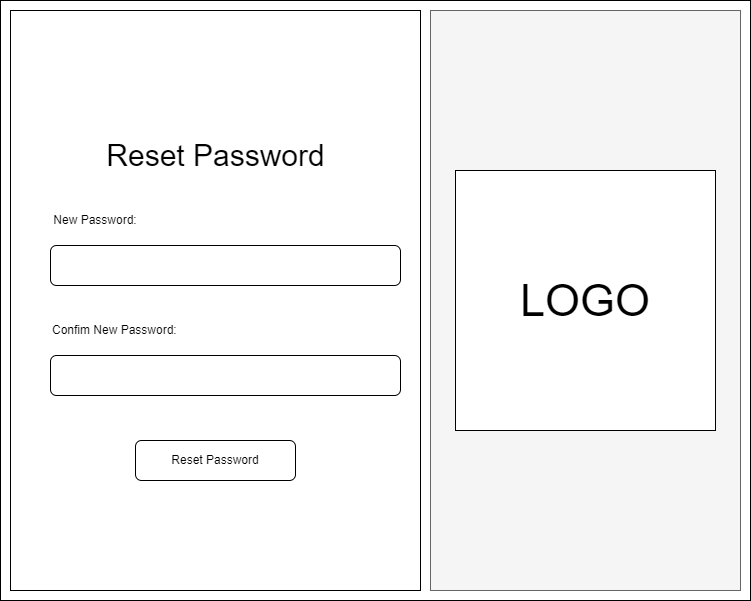
Benedek4000/eng130_week4_project keeps this draw.io diagram as frontend/images/ResetPassword.png. Above is the earlier version. Source tidied: cells renumbered, new cells last; positions are measured from the earlier drawing's top-left corner, leaving out a move shared by most shapes. Source of this version:
```xml
<mxGraphModel>
  <root>
    <mxCell id="0" />
    <mxCell id="1" parent="0" />
    <mxCell id="2" style="rounded=0;whiteSpace=wrap;html=1;" parent="1" vertex="1">
      <mxGeometry x="10" y="10" width="410" height="580" as="geometry" />
    </mxCell>
    <mxCell id="3" style="rounded=1;whiteSpace=wrap;html=1;fillColor=none;arcSize=0;" parent="1" vertex="1">
      <mxGeometry width="750" height="600" as="geometry" />
    </mxCell>
    <mxCell id="4" style="rounded=0;whiteSpace=wrap;html=1;fillColor=#f5f5f5;fontColor=#333333;strokeColor=#666666;" parent="1" vertex="1">
      <mxGeometry x="430" y="10" width="310" height="580" as="geometry" />
    </mxCell>
    <mxCell id="5" style="rounded=1;whiteSpace=wrap;html=1;fillColor=none;" parent="1" vertex="1">
      <mxGeometry x="50" y="245" width="350" height="40" as="geometry" />
    </mxCell>
    <mxCell id="6" value="New Password:" style="text;html=1;strokeColor=none;fillColor=none;align=center;verticalAlign=middle;whiteSpace=wrap;rounded=0;" parent="1" vertex="1">
      <mxGeometry x="50" y="205" width="90" height="30" as="geometry" />
    </mxCell>
    <mxCell id="7" value="Reset Password" style="rounded=1;whiteSpace=wrap;html=1;fillColor=none;" parent="1" vertex="1">
      <mxGeometry x="135" y="440" width="160" height="40" as="geometry" />
    </mxCell>
    <mxCell id="8" value="&lt;font style=&quot;font-size: 30px;&quot;&gt;Reset Password&lt;/font&gt;" style="text;html=1;strokeColor=none;fillColor=none;align=center;verticalAlign=middle;whiteSpace=wrap;rounded=0;" parent="1" vertex="1">
      <mxGeometry x="57.5" y="140" width="315" height="30" as="geometry" />
    </mxCell>
    <mxCell id="9" value="&lt;font style=&quot;font-size: 45px;&quot;&gt;LOGO&lt;/font&gt;" style="rounded=0;whiteSpace=wrap;html=1;" parent="1" vertex="1">
      <mxGeometry x="455" y="170" width="260" height="260" as="geometry" />
    </mxCell>
    <mxCell id="10" style="rounded=1;whiteSpace=wrap;html=1;fillColor=none;" parent="1" vertex="1">
      <mxGeometry x="50" y="355" width="350" height="40" as="geometry" />
    </mxCell>
    <mxCell id="11" value="Confim New Password:" style="text;html=1;strokeColor=none;fillColor=none;align=left;verticalAlign=middle;whiteSpace=wrap;rounded=0;" parent="1" vertex="1">
      <mxGeometry x="50" y="315" width="135" height="30" as="geometry" />
    </mxCell>
  </root>
</mxGraphModel>
```
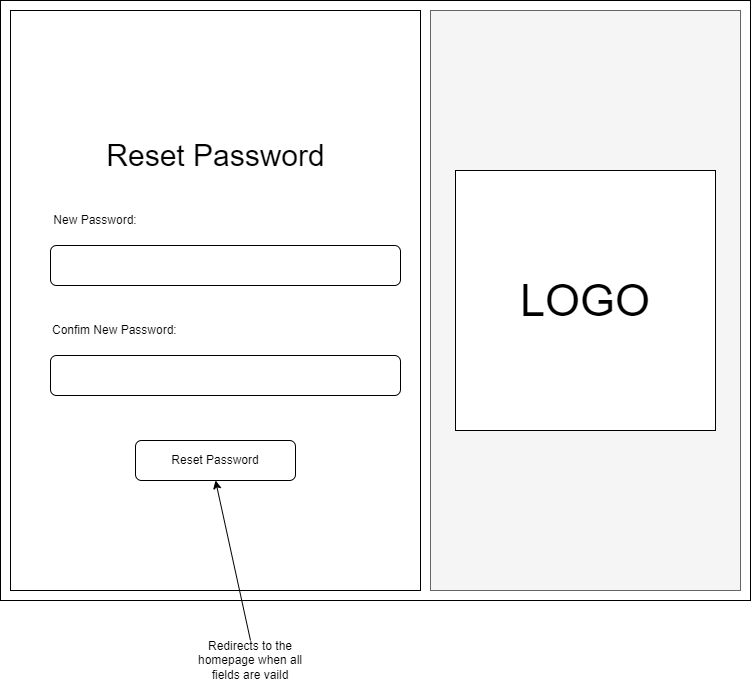
The same file after the commit.

Commit message:
Added some annotations to some wireframes

The edit, as a diff of the source:
```diff
@@ -32,5 +32,11 @@
     <mxCell id="11" value="Confim New Password:" style="text;html=1;strokeColor=none;fillColor=none;align=left;verticalAlign=middle;whiteSpace=wrap;rounded=0;" parent="1" vertex="1">
       <mxGeometry x="50" y="315" width="135" height="30" as="geometry" />
     </mxCell>
+    <mxCell id="12" style="endArrow=classic;html=1;rounded=0;entryX=0.5;entryY=1;entryDx=0;entryDy=0;exitX=0.5;exitY=0;exitDx=0;exitDy=0;" parent="1" edge="1" source="13" target="7">
+      <mxGeometry relative="1" as="geometry" />
+    </mxCell>
+    <mxCell id="13" value="Redirects to the homepage when all fields are vaild" style="text;html=1;strokeColor=none;fillColor=none;align=center;verticalAlign=middle;whiteSpace=wrap;rounded=0;" parent="1" vertex="1">
+      <mxGeometry x="190" y="640" width="120" height="40" as="geometry" />
+    </mxCell>
   </root>
 </mxGraphModel>
```
